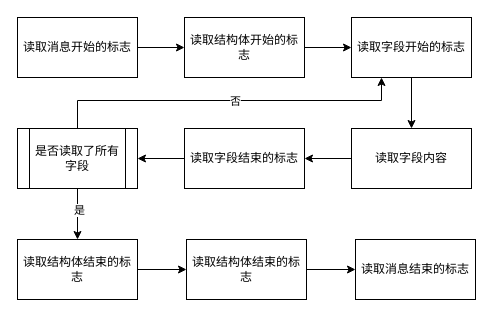
THUMarkLau/thuthesis keeps this draw.io diagram as 设计图/Thrift反序列化.drawio. Above is the earlier version. Source tidied: cells renumbered, new cells numbered last; positions are measured from the earlier drawing's top-left corner, leaving out a move shared by most shapes. Both pictures are drawn from the tidied source at 100%, with x=0, y=0 at pixel (17, 17).
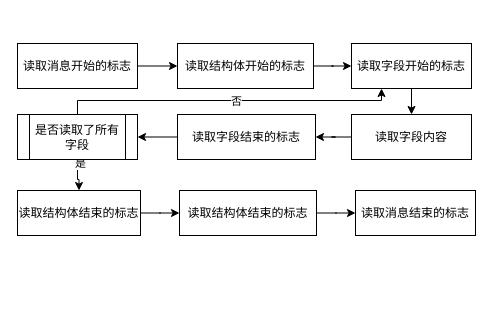
The same diagram, later.

What changed in the source:
```diff
@@
-    <mxCell id="2" style="edgeStyle=orthogonalEdgeStyle;rounded=0;jettySize=auto;html=1;entryX=0;entryY=0.5;entryDx=0;entryDy=0;" parent="1" edge="1" source="3" target="5">
+    <mxCell id="2" style="edgeStyle=orthogonalEdgeStyle;rounded=0;jettySize=auto;html=1;entryX=0;entryY=0.5;entryDx=0;entryDy=0;fontFamily=Times New Roman;" parent="1" edge="1" source="3" target="5">
       <mxGeometry relative="1" as="geometry" />
     </mxCell>
-    <mxCell id="3" value="读取消息开始的标志" style="rounded=0;whiteSpace=wrap;html=1;" parent="1" vertex="1">
-      <mxGeometry width="120" height="60" as="geometry" />
+    <mxCell id="3" value="读取消息开始的标志" style="rounded=0;whiteSpace=wrap;html=1;fontFamily=Times New Roman;" parent="1" vertex="1">
+      <mxGeometry y="26" width="120" height="45" as="geometry" />
     </mxCell>
-    <mxCell id="4" style="edgeStyle=orthogonalEdgeStyle;rounded=0;jettySize=auto;html=1;entryX=0;entryY=0.5;entryDx=0;entryDy=0;" parent="1" edge="1" source="5" target="7">
+    <mxCell id="4" style="edgeStyle=orthogonalEdgeStyle;rounded=0;jettySize=auto;html=1;entryX=0;entryY=0.5;entryDx=0;entryDy=0;fontFamily=Times New Roman;" parent="1" edge="1" source="5" target="7">
       <mxGeometry relative="1" as="geometry" />
     </mxCell>
-    <mxCell id="5" value="读取结构体开始的标志" style="rounded=0;whiteSpace=wrap;html=1;" parent="1" vertex="1">
-      <mxGeometry x="167" width="120" height="60" as="geometry" />
+    <mxCell id="5" value="读取结构体开始的标志" style="rounded=0;whiteSpace=wrap;html=1;fontFamily=Times New Roman;" parent="1" vertex="1">
+      <mxGeometry x="160" y="26" width="136" height="45" as="geometry" />
     </mxCell>
-    <mxCell id="6" style="edgeStyle=orthogonalEdgeStyle;rounded=0;jettySize=auto;html=1;" parent="1" edge="1" source="7" target="9">
+    <mxCell id="6" style="edgeStyle=orthogonalEdgeStyle;rounded=0;jettySize=auto;html=1;fontFamily=Times New Roman;" parent="1" edge="1" source="7" target="9">
       <mxGeometry relative="1" as="geometry" />
     </mxCell>
-    <mxCell id="7" value="读取字段开始的标志" style="rounded=0;whiteSpace=wrap;html=1;" parent="1" vertex="1">
-      <mxGeometry x="334" width="120" height="60" as="geometry" />
+    <mxCell id="7" value="读取字段开始的标志" style="rounded=0;whiteSpace=wrap;html=1;fontFamily=Times New Roman;" parent="1" vertex="1">
+      <mxGeometry x="334" y="26" width="120" height="45" as="geometry" />
     </mxCell>
-    <mxCell id="8" style="edgeStyle=orthogonalEdgeStyle;rounded=0;jettySize=auto;html=1;entryX=1;entryY=0.5;entryDx=0;entryDy=0;" parent="1" edge="1" source="9" target="11">
+    <mxCell id="8" style="edgeStyle=orthogonalEdgeStyle;rounded=0;jettySize=auto;html=1;entryX=1;entryY=0.5;entryDx=0;entryDy=0;fontFamily=Times New Roman;" parent="1" edge="1" source="9" target="11">
       <mxGeometry relative="1" as="geometry" />
     </mxCell>
-    <mxCell id="9" value="读取字段内容" style="rounded=0;whiteSpace=wrap;html=1;" parent="1" vertex="1">
-      <mxGeometry x="334" y="111" width="120" height="60" as="geometry" />
+    <mxCell id="9" value="读取字段内容" style="rounded=0;whiteSpace=wrap;html=1;fontFamily=Times New Roman;" parent="1" vertex="1">
+      <mxGeometry x="334" y="97" width="120" height="45" as="geometry" />
     </mxCell>
-    <mxCell id="10" style="edgeStyle=orthogonalEdgeStyle;rounded=0;jettySize=auto;html=1;entryX=1;entryY=0.5;entryDx=0;entryDy=0;" parent="1" edge="1" source="11" target="20">
+    <mxCell id="10" style="edgeStyle=orthogonalEdgeStyle;rounded=0;jettySize=auto;html=1;entryX=1;entryY=0.5;entryDx=0;entryDy=0;fontFamily=Times New Roman;" parent="1" edge="1" source="11" target="20">
       <mxGeometry relative="1" as="geometry" />
     </mxCell>
-    <mxCell id="11" value="读取字段结束的标志" style="rounded=0;whiteSpace=wrap;html=1;" parent="1" vertex="1">
-      <mxGeometry x="167" y="111" width="120" height="60" as="geometry" />
+    <mxCell id="11" value="读取字段结束的标志" style="rounded=0;whiteSpace=wrap;html=1;fontFamily=Times New Roman;" parent="1" vertex="1">
+      <mxGeometry x="160" y="97" width="138" height="45" as="geometry" />
     </mxCell>
-    <mxCell id="12" style="edgeStyle=orthogonalEdgeStyle;rounded=0;jettySize=auto;html=1;entryX=0;entryY=0.5;entryDx=0;entryDy=0;" parent="1" edge="1" source="13" target="15">
+    <mxCell id="12" style="edgeStyle=orthogonalEdgeStyle;rounded=0;jettySize=auto;html=1;entryX=0;entryY=0.5;entryDx=0;entryDy=0;fontFamily=Times New Roman;" parent="1" edge="1" source="13" target="15">
       <mxGeometry relative="1" as="geometry" />
     </mxCell>
-    <mxCell id="13" value="读取结构体结束的标志" style="rounded=0;whiteSpace=wrap;html=1;" parent="1" vertex="1">
-      <mxGeometry y="222" width="120" height="60" as="geometry" />
+    <mxCell id="13" value="读取结构体结束的标志" style="rounded=0;whiteSpace=wrap;html=1;fontFamily=Times New Roman;" parent="1" vertex="1">
+      <mxGeometry y="173" width="123" height="45" as="geometry" />
     </mxCell>
-    <mxCell id="14" style="edgeStyle=orthogonalEdgeStyle;rounded=0;jettySize=auto;html=1;entryX=0;entryY=0.5;entryDx=0;entryDy=0;" parent="1" edge="1" source="15" target="21">
+    <mxCell id="14" style="edgeStyle=orthogonalEdgeStyle;rounded=0;jettySize=auto;html=1;entryX=0;entryY=0.5;entryDx=0;entryDy=0;fontFamily=Times New Roman;" parent="1" edge="1" source="15" target="21">
       <mxGeometry relative="1" as="geometry" />
     </mxCell>
-    <mxCell id="15" value="读取结构体结束的标志" style="rounded=0;whiteSpace=wrap;html=1;" parent="1" vertex="1">
-      <mxGeometry x="169" y="222" width="120" height="60" as="geometry" />
+    <mxCell id="15" value="读取结构体结束的标志" style="rounded=0;whiteSpace=wrap;html=1;fontFamily=Times New Roman;" parent="1" vertex="1">
+      <mxGeometry x="162" y="173" width="137" height="45" as="geometry" />
     </mxCell>
-    <mxCell id="16" style="edgeStyle=orthogonalEdgeStyle;rounded=0;jettySize=auto;html=1;entryX=0.25;entryY=1;entryDx=0;entryDy=0;" parent="1" edge="1" source="20" target="7">
+    <mxCell id="16" style="edgeStyle=orthogonalEdgeStyle;rounded=0;jettySize=auto;html=1;entryX=0.25;entryY=1;entryDx=0;entryDy=0;fontFamily=Times New Roman;" parent="1" edge="1" source="20" target="7">
       <mxGeometry relative="1" as="geometry">
         <Array as="points">
           <mxPoint x="60" y="83" />
           <mxPoint x="364" y="83" />
         </Array>
       </mxGeometry>
     </mxCell>
-    <mxCell id="17" value="否" style="edgeLabel;html=1;align=center;verticalAlign=middle;" parent="16" vertex="1">
+    <mxCell id="17" value="否" style="edgeLabel;html=1;align=center;verticalAlign=middle;fontFamily=Times New Roman;" parent="16" vertex="1">
       <mxGeometry x="0.04" relative="1" as="geometry" />
     </mxCell>
-    <mxCell id="18" style="edgeStyle=orthogonalEdgeStyle;rounded=0;jettySize=auto;html=1;entryX=0.5;entryY=0;entryDx=0;entryDy=0;" parent="1" edge="1" source="20" target="13">
+    <mxCell id="18" style="edgeStyle=orthogonalEdgeStyle;rounded=0;jettySize=auto;html=1;entryX=0.5;entryY=0;entryDx=0;entryDy=0;fontFamily=Times New Roman;" parent="1" edge="1" source="20" target="13">
       <mxGeometry relative="1" as="geometry" />
     </mxCell>
-    <mxCell id="19" value="是" style="edgeLabel;html=1;align=center;verticalAlign=middle;" parent="18" vertex="1">
-      <mxGeometry x="-0.18" y="1" relative="1" as="geometry" />
+    <mxCell id="19" value="是" style="edgeLabel;html=1;align=center;verticalAlign=middle;fontFamily=Times New Roman;" parent="18" vertex="1">
+      <mxGeometry x="-0.18" y="1" relative="1" as="geometry">
+        <mxPoint x="1" y="-10" as="offset" />
+      </mxGeometry>
     </mxCell>
-    <mxCell id="20" value="是否读取了所有字段" style="shape=process;whiteSpace=wrap;html=1;backgroundOutline=1;" parent="1" vertex="1">
-      <mxGeometry y="111" width="120" height="60" as="geometry" />
+    <mxCell id="20" value="是否读取了所有字段" style="shape=process;whiteSpace=wrap;html=1;backgroundOutline=1;fontFamily=Times New Roman;" parent="1" vertex="1">
+      <mxGeometry y="97" width="120" height="45" as="geometry" />
     </mxCell>
-    <mxCell id="21" value="读取消息结束的标志" style="rounded=0;whiteSpace=wrap;html=1;" parent="1" vertex="1">
-      <mxGeometry x="338" y="222" width="120" height="60" as="geometry" />
+    <mxCell id="21" value="读取消息结束的标志" style="rounded=0;whiteSpace=wrap;html=1;fontFamily=Times New Roman;" parent="1" vertex="1">
+      <mxGeometry x="338" y="173" width="120" height="45" as="geometry" />
     </mxCell>
```
